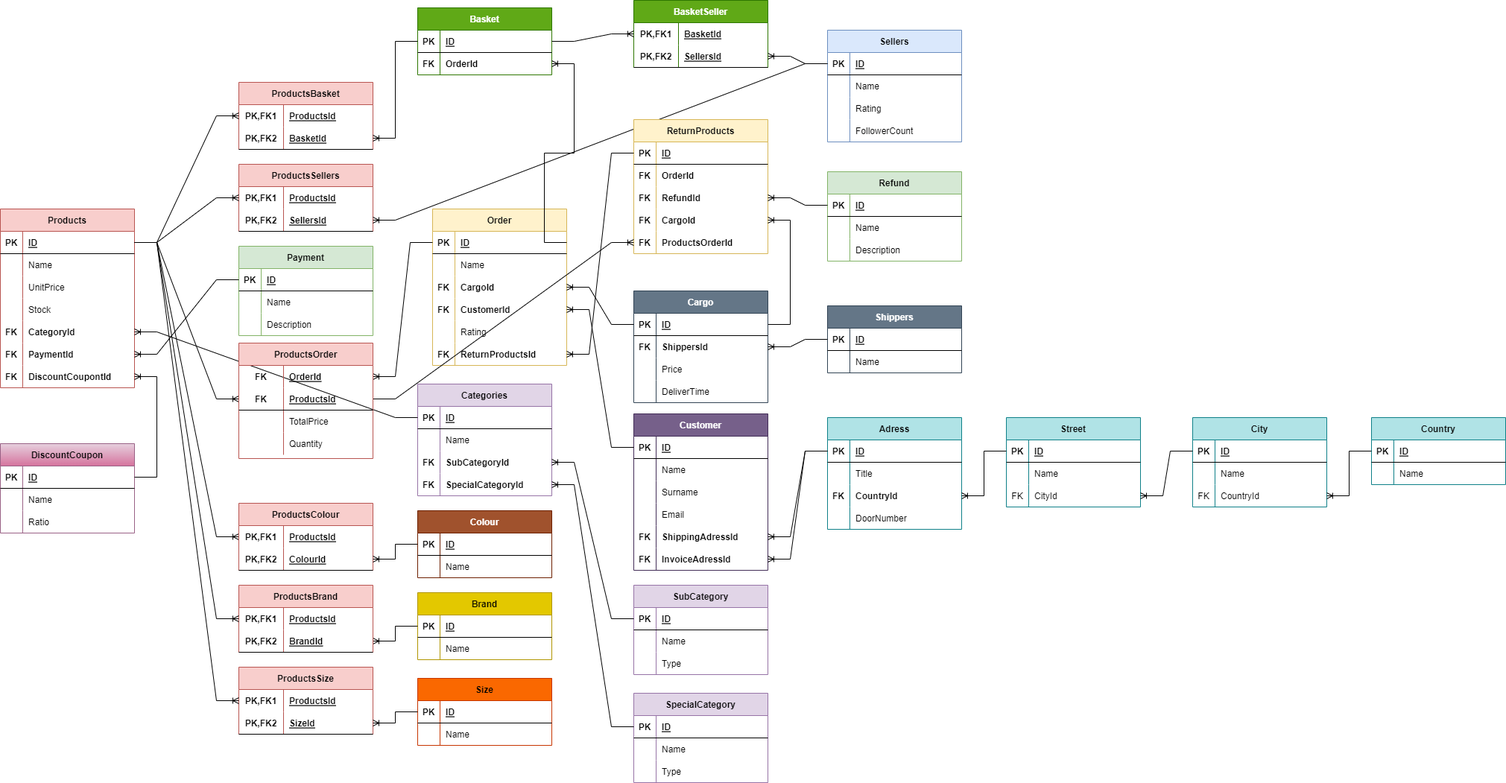
ZakirMK/Etiya-Akademi keeps this draw.io diagram as 24-11-2022_Pair9_HW.drawio.png. Above is the earlier version. Source tidied: cells renumbered, new cells last; positions are measured from the earlier drawing's top-left corner, leaving out a move shared by most shapes.
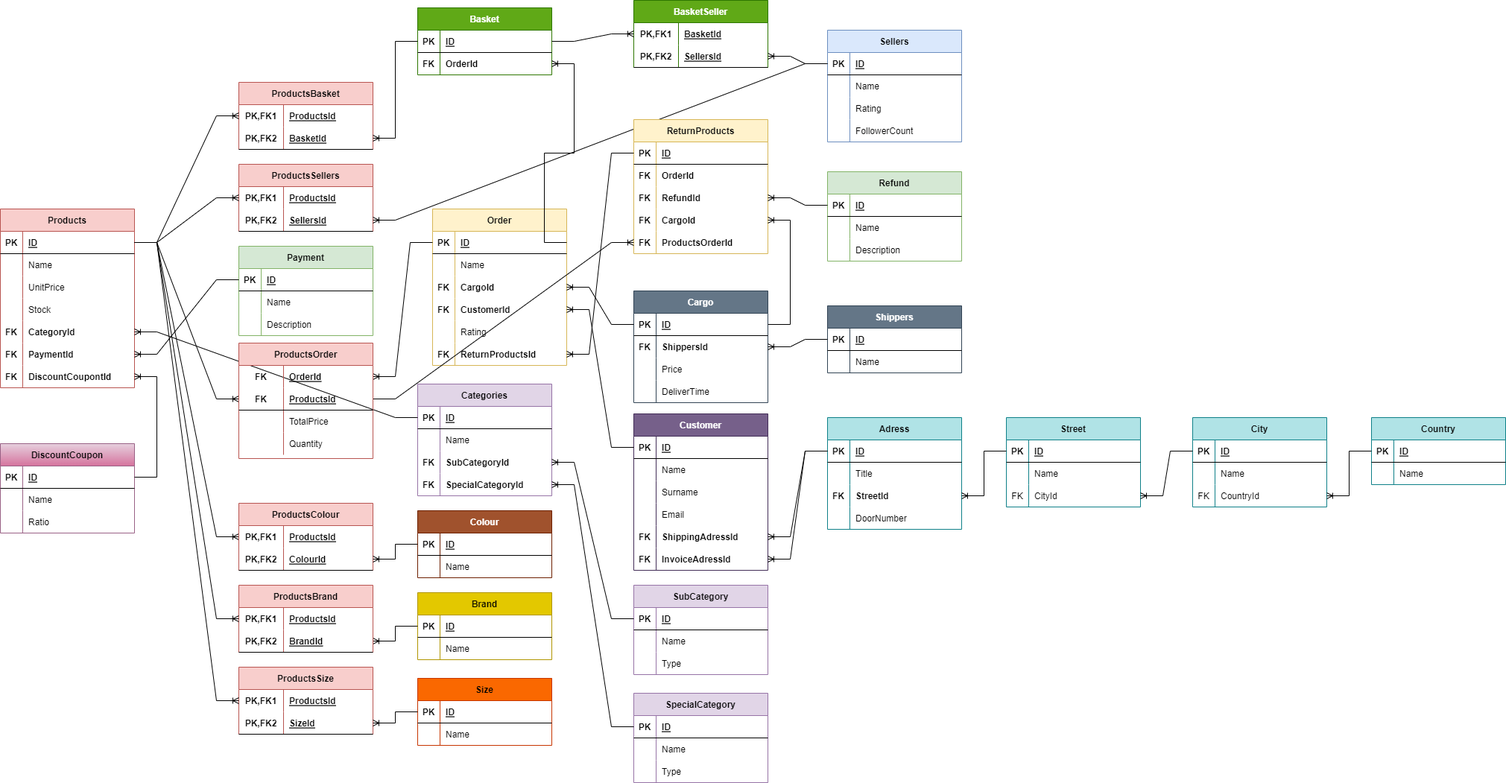
The same file after the commit.

Diff of the diagram source:
```diff
@@ -191,7 +191,7 @@
     <mxCell id="64" value="FK" style="shape=partialRectangle;fillColor=none;top=0;left=0;bottom=0;right=0;overflow=hidden;fontStyle=1;" parent="63" vertex="1">
       <mxGeometry width="30" height="30" as="geometry" />
     </mxCell>
-    <mxCell id="65" value="CountryId" style="shape=partialRectangle;fillColor=none;top=0;left=0;bottom=0;right=0;align=left;spacingLeft=6;overflow=hidden;fontStyle=1;" parent="63" vertex="1">
+    <mxCell id="65" value="StreetId" style="shape=partialRectangle;fillColor=none;top=0;left=0;bottom=0;right=0;align=left;spacingLeft=6;overflow=hidden;fontStyle=1;" parent="63" vertex="1">
       <mxGeometry x="30" width="150" height="30" as="geometry" />
     </mxCell>
     <mxCell id="66" style="shape=tableRow;horizontal=0;startSize=0;swimlaneHead=0;swimlaneBody=0;fillColor=none;top=0;left=0;right=0;bottom=0;" parent="56" vertex="1">
```
